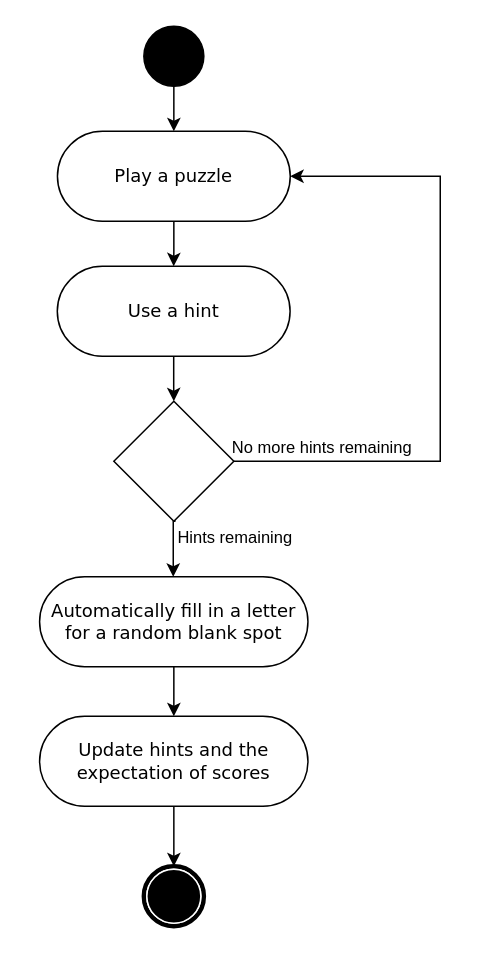
Before: use hints.drawio in maxinimize/uml, a draw.io diagram. Source tidied: cells renumbered, new cells numbered last; positions are measured from the earlier drawing's top-left corner, leaving out a move shared by most shapes. Both pictures are drawn from the tidied source at 150%, with x=0, y=0 at pixel (39, 26).
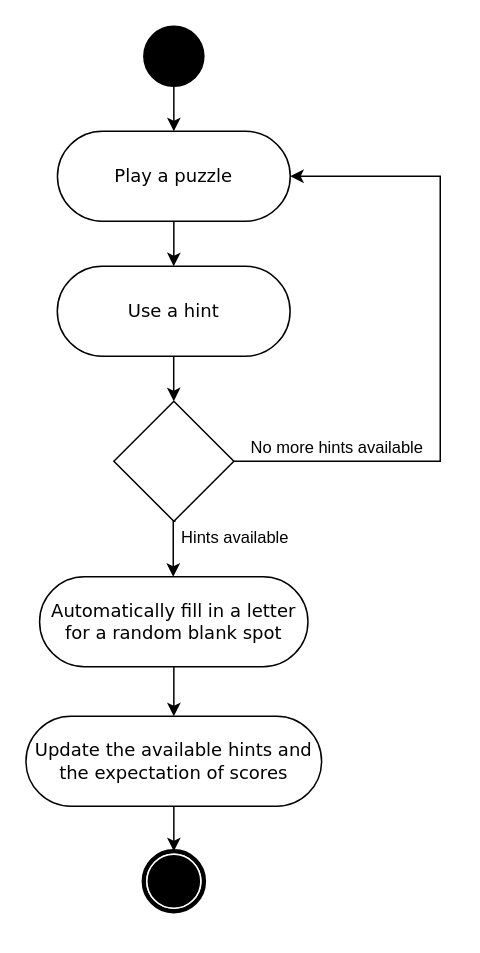
Above is the later version.

Unchanged cells that the change refers to:
```xml
<mxCell id="9" style="edgeStyle=orthogonalEdgeStyle;rounded=0;jettySize=auto;html=1;" parent="1" edge="1" target="3">
  <mxGeometry relative="1" as="geometry">
    <mxPoint x="89" y="290" as="sourcePoint" />
    <Array as="points">
      <mxPoint x="90" y="290" />
      <mxPoint x="90" y="330" />
      <mxPoint x="89" y="330" />
    </Array>
  </mxGeometry>
</mxCell>
<mxCell id="11" style="edgeStyle=orthogonalEdgeStyle;rounded=0;jettySize=auto;html=1;entryX=1;entryY=0.5;entryDx=0;entryDy=0;" parent="1" edge="1" source="13" target="8">
  <mxGeometry relative="1" as="geometry">
    <Array as="points">
      <mxPoint x="267" y="290" />
      <mxPoint x="267" y="100" />
    </Array>
  </mxGeometry>
</mxCell>
```

Change to the diagram source:
```diff
@@
     <mxCell id="6" style="shape=mxgraph.bpmn.shape;html=1;verticalLabelPosition=bottom;labelBackgroundColor=#ffffff;verticalAlign=top;perimeter=ellipsePerimeter;outline=end;symbol=terminate;rounded=0;shadow=0;comic=0;strokeWidth=1;fontFamily=Verdana;fontSize=12;align=center;" parent="1" vertex="1">
-      <mxGeometry x="69.4" y="560" width="40" height="40" as="geometry" />
+      <mxGeometry x="69.4" y="550" width="40" height="40" as="geometry" />
     </mxCell>
@@
-    <mxCell id="10" value="Hints remaining" style="edgeLabel;html=1;align=center;verticalAlign=middle;" parent="9" vertex="1">
+    <mxCell id="10" value="Hints available" style="edgeLabel;html=1;align=center;verticalAlign=middle;" parent="9" vertex="1">
       <mxGeometry x="0.32" y="2" relative="1" as="geometry">
         <mxPoint x="38" as="offset" />
       </mxGeometry>
     </mxCell>
@@
-    <mxCell id="12" value="No more hints remaining" style="edgeLabel;html=1;align=center;verticalAlign=middle;" parent="11" vertex="1">
+    <mxCell id="12" value="No more hints available" style="edgeLabel;html=1;align=center;verticalAlign=middle;" parent="11" vertex="1">
       <mxGeometry x="-0.73" y="-3" relative="1" as="geometry">
-        <mxPoint y="-13" as="offset" />
+        <mxPoint x="10" y="-13" as="offset" />
       </mxGeometry>
     </mxCell>
@@
-    <mxCell id="17" value="Update hints and the expectation of scores" style="rounded=1;whiteSpace=wrap;html=1;shadow=0;comic=0;labelBackgroundColor=none;strokeWidth=1;fontFamily=Verdana;fontSize=12;align=center;arcSize=50;" parent="1" vertex="1">
-      <mxGeometry x="-0.1" y="460" width="178.9" height="60" as="geometry" />
+    <mxCell id="17" value="Update the available hints and the expectation of scores" style="rounded=1;whiteSpace=wrap;html=1;shadow=0;comic=0;labelBackgroundColor=none;strokeWidth=1;fontFamily=Verdana;fontSize=12;align=center;arcSize=50;" parent="1" vertex="1">
+      <mxGeometry x="-9.2" y="460" width="197.1" height="60" as="geometry" />
     </mxCell>
```
